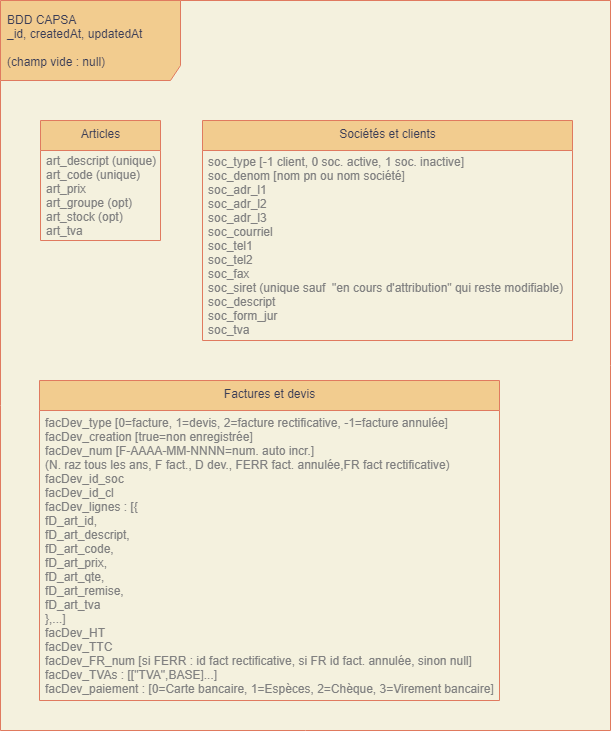
Lob2018/Capsa keeps this draw.io diagram as spec/BDD.drawio.png. Above is the earlier version. Source tidied: cells renumbered, new cells last; positions are measured from the earlier drawing's top-left corner, leaving out a move shared by most shapes.
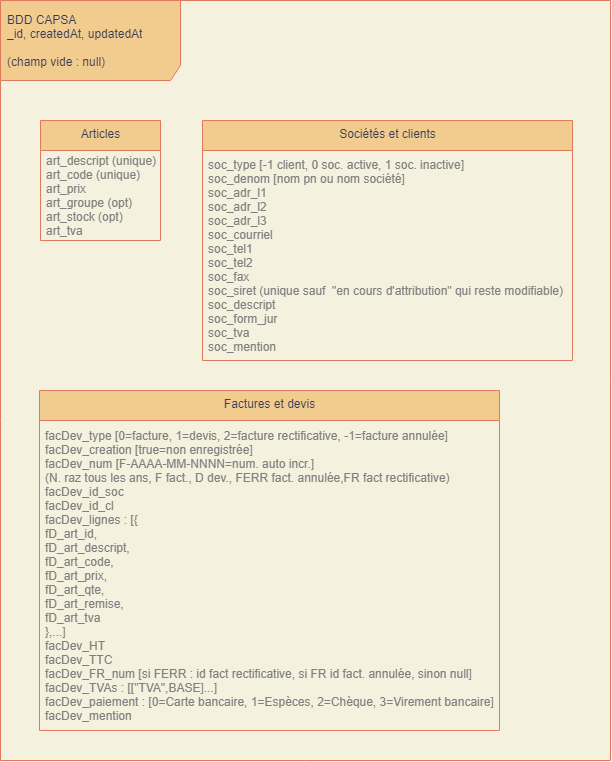
Above is the later version.

The edit, as a diff of the source:
```diff
@@ -3,7 +3,7 @@
     <mxCell id="0" />
     <mxCell id="1" parent="0" />
     <mxCell id="2" value="&lt;div&gt;BDD CAPSA&lt;/div&gt;&lt;div&gt;_id, createdAt, updatedAt&lt;br&gt;&lt;/div&gt;&lt;div&gt;&lt;br&gt;(champ vide : null)&lt;/div&gt;" style="shape=umlFrame;whiteSpace=wrap;html=1;width=180;height=80;boundedLbl=1;verticalAlign=middle;align=left;spacingLeft=5;rounded=0;sketch=0;strokeColor=#E07A5F;fillColor=#F2CC8F;fontColor=#393C56;" parent="1" vertex="1">
-      <mxGeometry width="610" height="730" as="geometry" />
+      <mxGeometry width="610" height="760" as="geometry" />
     </mxCell>
     <mxCell id="3" value="Articles" style="swimlane;fontStyle=0;align=center;verticalAlign=top;horizontal=1;startSize=30;html=1;rounded=0;sketch=0;strokeColor=#E07A5F;fillColor=#F2CC8F;fontColor=#393C56;" parent="1" vertex="1">
       <mxGeometry x="40" y="120" width="120" height="120" as="geometry" />
@@ -12,16 +12,16 @@
       <mxGeometry y="30" width="120" height="90" as="geometry" />
     </mxCell>
     <mxCell id="5" value="Sociétés et clients" style="swimlane;fontStyle=0;align=center;verticalAlign=top;horizontal=1;startSize=30;html=1;rounded=0;sketch=0;strokeColor=#E07A5F;fillColor=#F2CC8F;fontColor=#393C56;" parent="1" vertex="1">
-      <mxGeometry x="202" y="120" width="370" height="220" as="geometry" />
+      <mxGeometry x="202" y="120" width="370" height="240" as="geometry" />
     </mxCell>
-    <mxCell id="6" value="&lt;div&gt;soc_type [-1 client, 0 soc. active, 1 soc. inactive]&lt;/div&gt;&lt;div&gt;soc_denom [nom pn ou nom société]&lt;/div&gt;&lt;div&gt;soc_adr_l1&lt;/div&gt;&lt;div&gt;soc_adr_l2&lt;/div&gt;&lt;div&gt;soc_adr_l3&lt;/div&gt;&lt;div&gt;soc_courriel&lt;/div&gt;&lt;div&gt;soc_tel1&lt;/div&gt;&lt;div&gt;soc_tel2&lt;/div&gt;&lt;div&gt;soc_fax&lt;/div&gt;&lt;div&gt;soc_siret (unique sauf&amp;nbsp; &quot;en cours d'attribution&quot; qui reste modifiable)&lt;/div&gt;&lt;div&gt;soc_descript&lt;/div&gt;&lt;div&gt;soc_form_jur&lt;/div&gt;&lt;div&gt;soc_tva&lt;/div&gt;" style="text;html=1;strokeColor=none;fillColor=none;align=left;verticalAlign=middle;spacingLeft=4;spacingRight=4;overflow=hidden;fontColor=#808080;" parent="5" vertex="1">
-      <mxGeometry y="30" width="370" height="190" as="geometry" />
+    <mxCell id="6" value="&lt;div&gt;soc_type [-1 client, 0 soc. active, 1 soc. inactive]&lt;/div&gt;&lt;div&gt;soc_denom [nom pn ou nom société]&lt;/div&gt;&lt;div&gt;soc_adr_l1&lt;/div&gt;&lt;div&gt;soc_adr_l2&lt;/div&gt;&lt;div&gt;soc_adr_l3&lt;/div&gt;&lt;div&gt;soc_courriel&lt;/div&gt;&lt;div&gt;soc_tel1&lt;/div&gt;&lt;div&gt;soc_tel2&lt;/div&gt;&lt;div&gt;soc_fax&lt;/div&gt;&lt;div&gt;soc_siret (unique sauf&amp;nbsp; &quot;en cours d'attribution&quot; qui reste modifiable)&lt;/div&gt;&lt;div&gt;soc_descript&lt;/div&gt;&lt;div&gt;soc_form_jur&lt;/div&gt;&lt;div&gt;soc_tva&lt;/div&gt;&lt;div&gt;soc_mention&lt;/div&gt;" style="text;html=1;strokeColor=none;fillColor=none;align=left;verticalAlign=middle;spacingLeft=4;spacingRight=4;overflow=hidden;fontColor=#808080;" parent="5" vertex="1">
+      <mxGeometry y="30" width="370" height="210" as="geometry" />
     </mxCell>
     <mxCell id="7" value="Factures et devis" style="swimlane;fontStyle=0;align=center;verticalAlign=top;horizontal=1;startSize=30;html=1;rounded=0;sketch=0;strokeColor=#E07A5F;fillColor=#F2CC8F;fontColor=#393C56;" parent="1" vertex="1">
-      <mxGeometry x="39" y="380" width="460" height="320" as="geometry" />
+      <mxGeometry x="39" y="390" width="460" height="340" as="geometry" />
     </mxCell>
-    <mxCell id="8" value="&lt;div&gt;facDev_type [0=facture, 1=devis, 2=facture rectificative, -1=facture annulée]&lt;/div&gt;&lt;div&gt;facDev_creation [true=non enregistrée]&lt;/div&gt;&lt;div&gt;facDev_num [F-AAAA-MM-NNNN=num. auto incr.]&lt;/div&gt;&lt;div&gt;(N. raz tous les ans, F fact., D dev., FERR fact. annulée,FR fact rectificative)&lt;/div&gt;&lt;div&gt;facDev_id_soc&lt;/div&gt;&lt;div&gt;facDev_id_cl&lt;/div&gt;&lt;div&gt;facDev_lignes : [{&lt;/div&gt;&lt;div&gt;&lt;span&gt;&#9;&lt;/span&gt;fD_art_id,&lt;/div&gt;&lt;div&gt;&lt;span&gt;&#9;&lt;/span&gt;fD_art_descript,&lt;/div&gt;&lt;div&gt;&lt;span&gt;&#9;&lt;/span&gt;fD_art_code,&lt;/div&gt;&lt;div&gt;&lt;span&gt;&#9;&lt;/span&gt;fD_art_prix,&lt;/div&gt;&lt;div&gt;&lt;span&gt;&#9;&lt;/span&gt;fD_art_qte,&lt;/div&gt;&lt;div&gt;&lt;span&gt;&#9;&lt;/span&gt;fD_art_remise,&lt;/div&gt;&lt;div&gt;&lt;span&gt;&#9;&lt;/span&gt;fD_art_tva&lt;/div&gt;&lt;div&gt;&lt;span&gt;&#9;&lt;/span&gt;},...]&lt;/div&gt;&lt;div&gt;facDev_HT&lt;/div&gt;&lt;div&gt;facDev_TTC&lt;/div&gt;&lt;div&gt;facDev_FR_num [si FERR : id fact rectificative, si FR id fact. annulée, sinon null]&amp;nbsp;&lt;/div&gt;&lt;div&gt;facDev_TVAs : [[&quot;TVA&quot;,BASE]...]&lt;br&gt;facDev_paiement : [0=Carte bancaire, 1=Espèces, 2=Chèque, 3=Virement bancaire]&lt;/div&gt;" style="text;html=1;strokeColor=none;fillColor=none;align=left;verticalAlign=middle;spacingLeft=4;spacingRight=4;overflow=hidden;fontColor=#808080;" parent="7" vertex="1">
-      <mxGeometry y="30" width="460" height="290" as="geometry" />
+    <mxCell id="8" value="&lt;div&gt;facDev_type [0=facture, 1=devis, 2=facture rectificative, -1=facture annulée]&lt;/div&gt;&lt;div&gt;facDev_creation [true=non enregistrée]&lt;/div&gt;&lt;div&gt;facDev_num [F-AAAA-MM-NNNN=num. auto incr.]&lt;/div&gt;&lt;div&gt;(N. raz tous les ans, F fact., D dev., FERR fact. annulée,FR fact rectificative)&lt;/div&gt;&lt;div&gt;facDev_id_soc&lt;/div&gt;&lt;div&gt;facDev_id_cl&lt;/div&gt;&lt;div&gt;facDev_lignes : [{&lt;/div&gt;&lt;div&gt;&lt;span&gt;&#9;&lt;/span&gt;fD_art_id,&lt;/div&gt;&lt;div&gt;&lt;span&gt;&#9;&lt;/span&gt;fD_art_descript,&lt;/div&gt;&lt;div&gt;&lt;span&gt;&#9;&lt;/span&gt;fD_art_code,&lt;/div&gt;&lt;div&gt;&lt;span&gt;&#9;&lt;/span&gt;fD_art_prix,&lt;/div&gt;&lt;div&gt;&lt;span&gt;&#9;&lt;/span&gt;fD_art_qte,&lt;/div&gt;&lt;div&gt;&lt;span&gt;&#9;&lt;/span&gt;fD_art_remise,&lt;/div&gt;&lt;div&gt;&lt;span&gt;&#9;&lt;/span&gt;fD_art_tva&lt;/div&gt;&lt;div&gt;&lt;span&gt;&#9;&lt;/span&gt;},...]&lt;/div&gt;&lt;div&gt;facDev_HT&lt;/div&gt;&lt;div&gt;facDev_TTC&lt;/div&gt;&lt;div&gt;facDev_FR_num [si FERR : id fact rectificative, si FR id fact. annulée, sinon null]&amp;nbsp;&lt;/div&gt;&lt;div&gt;facDev_TVAs : [[&quot;TVA&quot;,BASE]...]&lt;br&gt;facDev_paiement : [0=Carte bancaire, 1=Espèces, 2=Chèque, 3=Virement bancaire]&lt;/div&gt;&lt;div&gt;facDev_mention&lt;/div&gt;" style="text;html=1;strokeColor=none;fillColor=none;align=left;verticalAlign=middle;spacingLeft=4;spacingRight=4;overflow=hidden;fontColor=#808080;" parent="7" vertex="1">
+      <mxGeometry y="30" width="460" height="310" as="geometry" />
     </mxCell>
   </root>
 </mxGraphModel>
```
